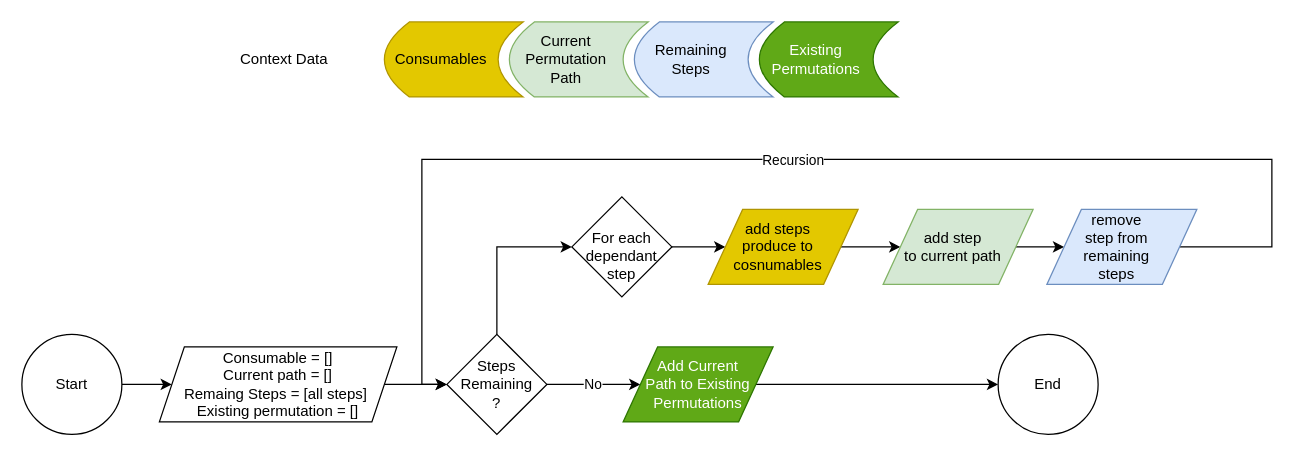
Above: page "Permutation Algorithm" (16 of 18) of diagrams/PhasedDiagrams.drawio in adobe/phased-testing (draw.io), before the change. Source tidied: cells renumbered, new cells numbered last; positions are measured from the earlier drawing's top-left corner, leaving out a move shared by most shapes. Both pictures are drawn from the tidied source at 125%, with x=0, y=0 at pixel (21, -88).
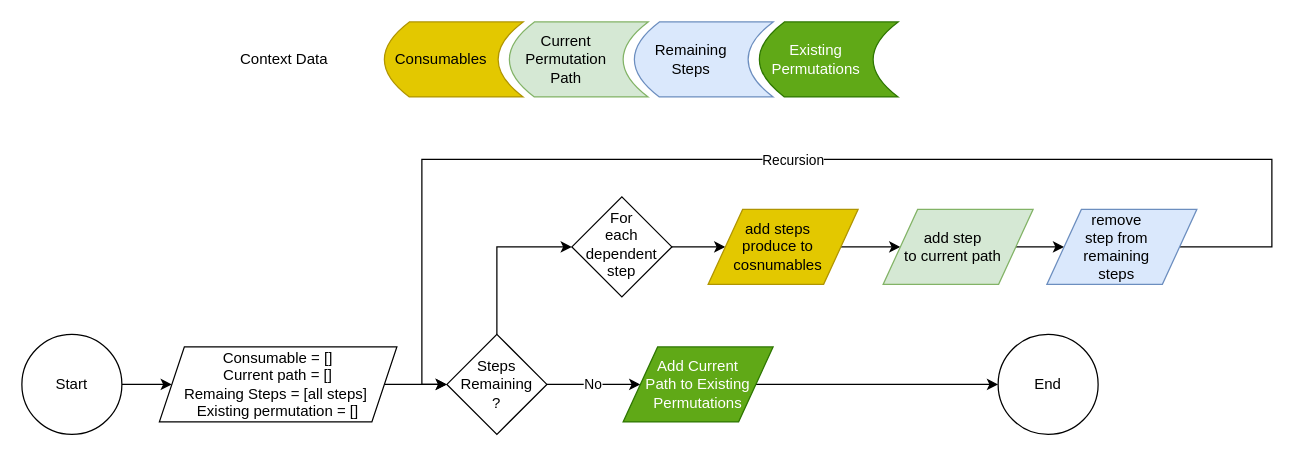
Above is the later version.

Change to the diagram source:
```diff
@@
-    <mxCell id="23" value="&lt;br&gt;For each dependant step" style="rhombus;whiteSpace=wrap;html=1;" parent="1" vertex="1">
+    <mxCell id="23" value="&lt;br&gt;For &lt;br&gt;each dependent step" style="rhombus;whiteSpace=wrap;html=1;spacingBottom=18;" parent="1" vertex="1">
       <mxGeometry x="440" y="227" width="80" height="80" as="geometry" />
     </mxCell>
```
